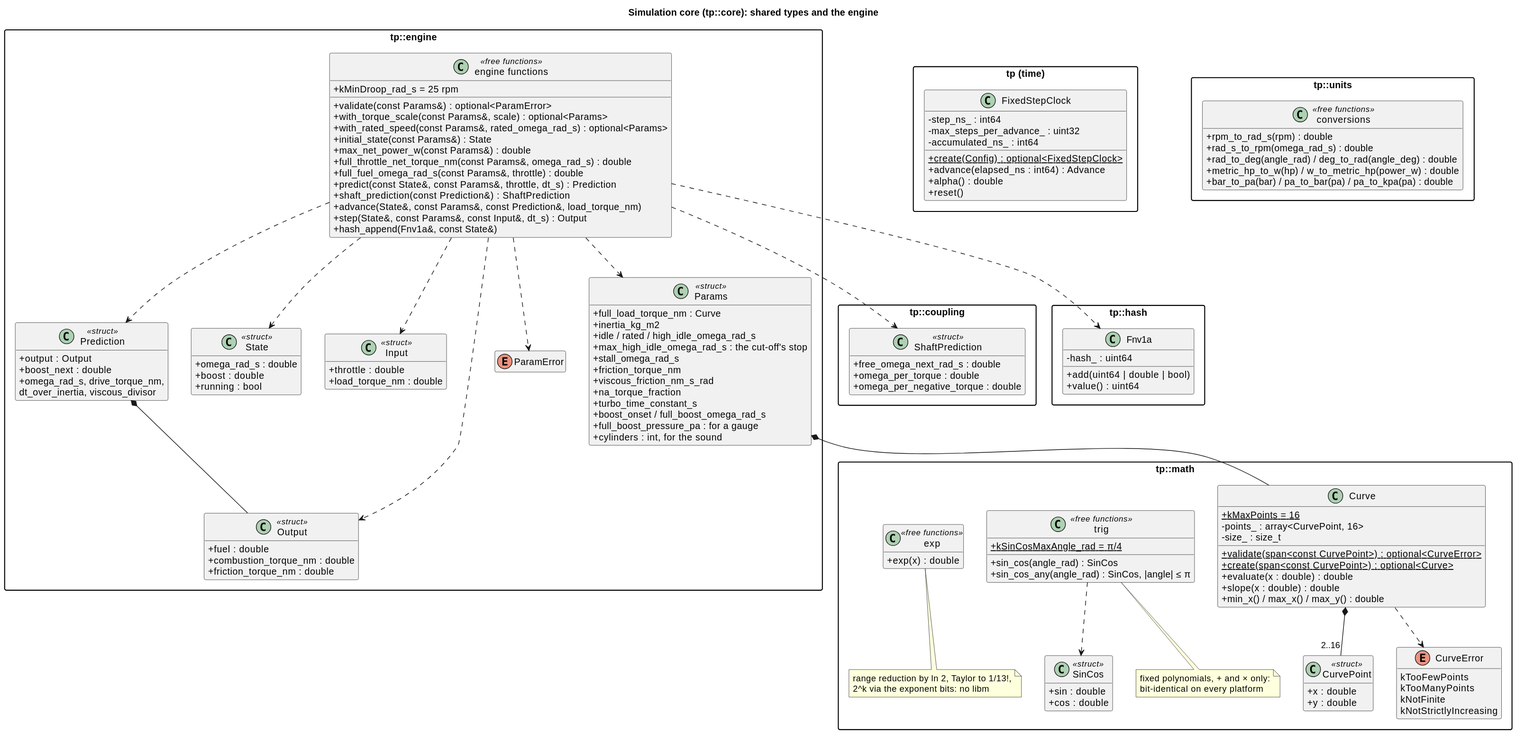
The PlantUML diagram docs/diagrams/svg/core_classes.svg in wversteeg/TractorPulling, before a commit.
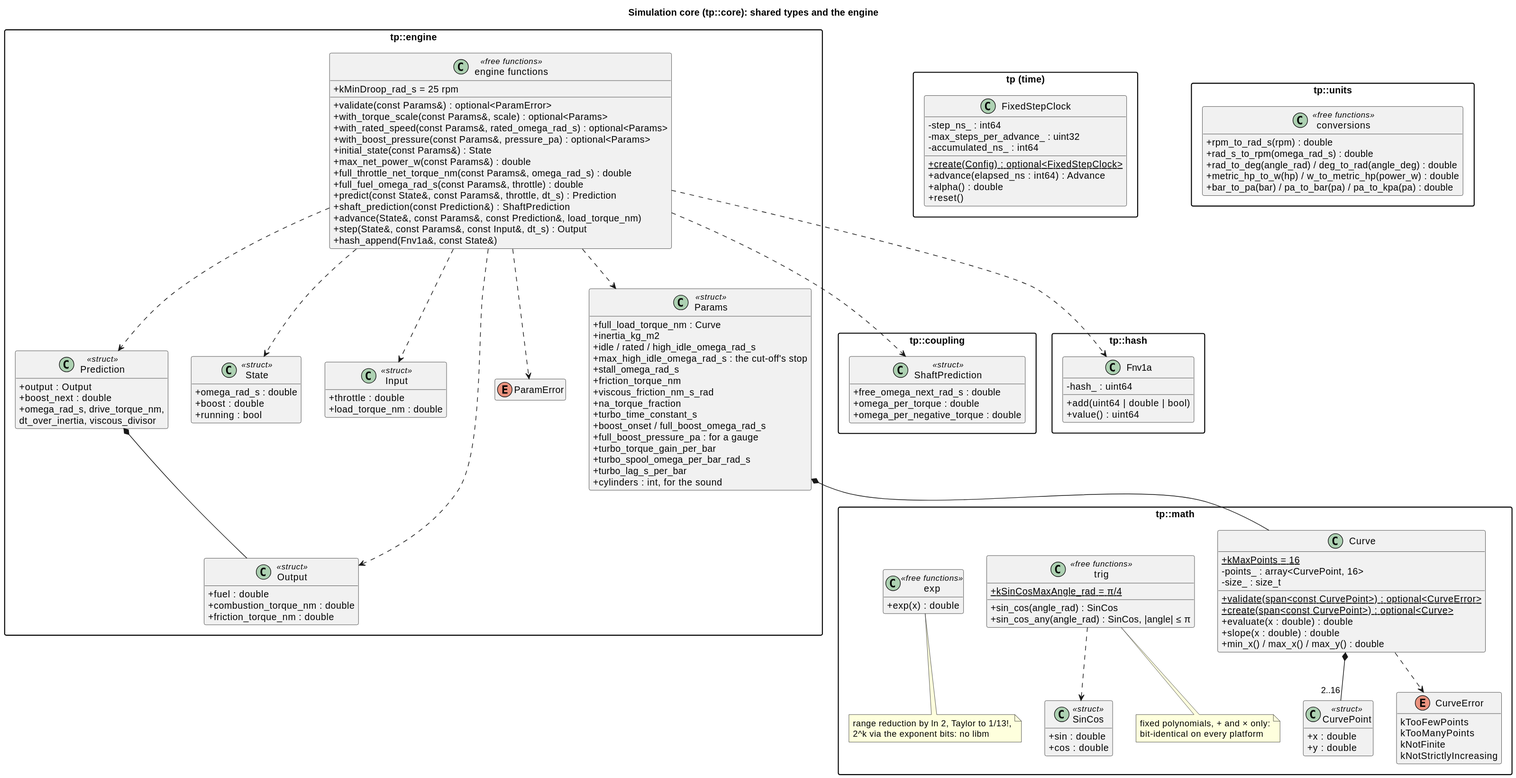
After the commit.

Diff of the diagram source:
```diff
@@ -71,6 +71,9 @@
       +turbo_time_constant_s
       +boost_onset / full_boost_omega_rad_s
       +full_boost_pressure_pa : for a gauge
+      +turbo_torque_gain_per_bar
+      +turbo_spool_omega_per_bar_rad_s
+      +turbo_lag_s_per_bar
       +cylinders : int, for the sound
     }
     class State <<struct>> {
@@ -99,6 +102,7 @@
       +validate(const Params&) : optional<ParamError>
       +with_torque_scale(const Params&, scale) : optional<Params>
       +with_rated_speed(const Params&, rated_omega_rad_s) : optional<Params>
+      +with_boost_pressure(const Params&, pressure_pa) : optional<Params>
       +initial_state(const Params&) : State
       +max_net_power_w(const Params&) : double
       +full_throttle_net_torque_nm(const Params&, omega_rad_s) : double
```
